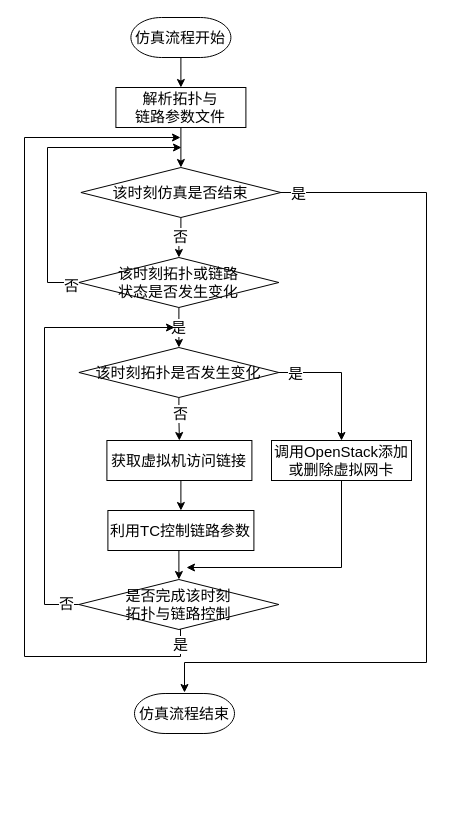
Icarus1994/neutron_conf keeps this draw.io diagram as page "拓扑与链路控制技术" (1 of 5) of 网络控制技术_流程图.drawio. Above is the earlier version. Source tidied: cells renumbered, new cells numbered last; positions are measured from the earlier drawing's top-left corner, leaving out a move shared by most shapes. Both pictures are drawn from the tidied source at 100%, with x=0, y=0 at pixel (24, 17).
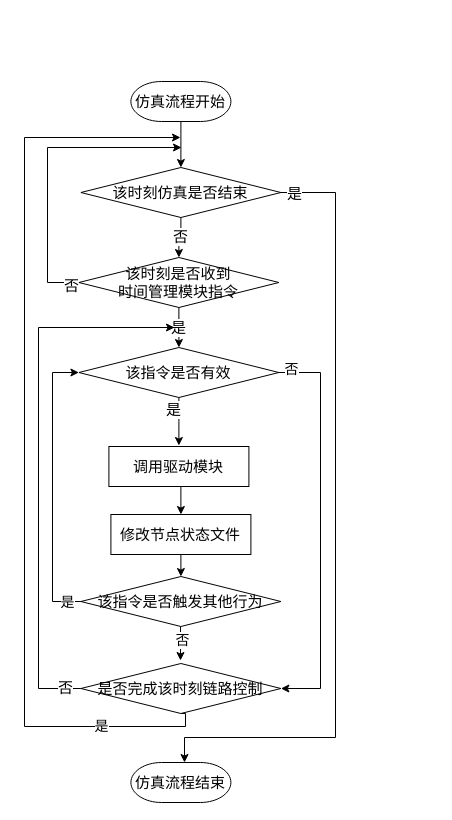
After the change.

The change refers to these unchanged cells:
```xml
<mxCell id="8" value="&lt;span style=&quot;font-size: 15px&quot;&gt;该时刻仿真是否结束&lt;br style=&quot;font-size: 15px&quot;&gt;&lt;/span&gt;" style="strokeWidth=1;html=1;shape=mxgraph.flowchart.decision;whiteSpace=wrap;fontSize=15;" parent="1" vertex="1">
  <mxGeometry x="56.4" y="150" width="200" height="50" as="geometry" />
</mxCell>
```

What changed in the source:
```diff
@@
-    <mxCell id="2" style="edgeStyle=orthogonalEdgeStyle;rounded=0;jettySize=auto;html=1;exitX=0.5;exitY=1;exitDx=0;exitDy=0;exitPerimeter=0;entryX=0.5;entryY=0;entryDx=0;entryDy=0;strokeWidth=1;fontSize=15;" parent="1" edge="1" source="3" target="22">
-      <mxGeometry relative="1" as="geometry" />
-    </mxCell>
+    <mxCell id="32" style="edgeStyle=orthogonalEdgeStyle;rounded=0;jettySize=auto;html=1;exitX=0.5;exitY=1;exitDx=0;exitDy=0;exitPerimeter=0;entryX=0.5;entryY=0;entryDx=0;entryDy=0;entryPerimeter=0;" parent="1" edge="1" source="3" target="8">
+      <mxGeometry relative="1" as="geometry" />
+    </mxCell>
     <mxCell id="3" value="仿真流程开始" style="strokeWidth=1;html=1;shape=mxgraph.flowchart.terminator;whiteSpace=wrap;fontSize=15;" parent="1" vertex="1">
-      <mxGeometry x="106.4" width="100" height="40" as="geometry" />
+      <mxGeometry x="106.4" y="64" width="100" height="40" as="geometry" />
     </mxCell>
-    <mxCell id="4" style="edgeStyle=orthogonalEdgeStyle;rounded=0;jettySize=auto;html=1;exitX=1;exitY=0.5;exitDx=0;exitDy=0;exitPerimeter=0;strokeWidth=1;fontSize=15;" parent="1" edge="1" source="8">
+    <mxCell id="4" style="edgeStyle=orthogonalEdgeStyle;rounded=0;jettySize=auto;html=1;exitX=1;exitY=0.5;exitDx=0;exitDy=0;exitPerimeter=0;strokeWidth=1;fontSize=15;" parent="1" edge="1" source="8" target="11">
       <mxGeometry relative="1" as="geometry">
-        <mxPoint x="160" y="675" as="targetPoint" />
         <Array as="points">
-          <mxPoint x="402" y="175" />
-          <mxPoint x="402" y="645" />
-          <mxPoint x="160" y="645" />
+          <mxPoint x="311" y="175" />
+          <mxPoint x="311" y="720" />
+          <mxPoint x="160" y="720" />
         </Array>
       </mxGeometry>
     </mxCell>
@@
-    <mxCell id="9" style="edgeStyle=orthogonalEdgeStyle;rounded=0;jettySize=auto;html=1;exitX=0.5;exitY=1;exitDx=0;exitDy=0;" parent="1" edge="1" source="10">
-      <mxGeometry relative="1" as="geometry">
-        <mxPoint x="162" y="550" as="targetPoint" />
-        <Array as="points">
-          <mxPoint x="317" y="550" />
-        </Array>
-      </mxGeometry>
-    </mxCell>
-    <mxCell id="10" value="调用OpenStack添加或删除虚拟网卡" style="rounded=0;whiteSpace=wrap;html=1;strokeWidth=1;fontSize=15;" parent="1" vertex="1">
-      <mxGeometry x="247" y="423" width="140" height="40" as="geometry" />
-    </mxCell>
     <mxCell id="11" value="仿真流程结束" style="strokeWidth=1;html=1;shape=mxgraph.flowchart.terminator;whiteSpace=wrap;fontSize=15;" parent="1" vertex="1">
-      <mxGeometry x="110" y="676" width="100" height="40" as="geometry" />
+      <mxGeometry x="106.4" y="745" width="100" height="40" as="geometry" />
     </mxCell>
@@
-    <mxCell id="15" value="该时刻拓扑或链路&lt;br&gt;状态是否发生变化&lt;span style=&quot;font-size: 15px&quot;&gt;&lt;br style=&quot;font-size: 15px&quot;&gt;&lt;/span&gt;" style="strokeWidth=1;html=1;shape=mxgraph.flowchart.decision;whiteSpace=wrap;fontSize=15;" parent="1" vertex="1">
+    <mxCell id="15" value="该时刻是否收到&lt;br&gt;时间管理模块指令&lt;span style=&quot;font-size: 15px&quot;&gt;&lt;br style=&quot;font-size: 15px&quot;&gt;&lt;/span&gt;" style="strokeWidth=1;html=1;shape=mxgraph.flowchart.decision;whiteSpace=wrap;fontSize=15;" parent="1" vertex="1">
       <mxGeometry x="54.4" y="240" width="200" height="50" as="geometry" />
     </mxCell>
     <mxCell id="16" style="edgeStyle=orthogonalEdgeStyle;rounded=0;jettySize=auto;html=1;exitX=0.5;exitY=1;exitDx=0;exitDy=0;exitPerimeter=0;strokeWidth=1;fontSize=15;" parent="1" edge="1" source="20">
       <mxGeometry relative="1" as="geometry">
         <mxPoint x="156" y="120" as="targetPoint" />
         <Array as="points">
-          <mxPoint x="154" y="600" />
-          <mxPoint x="156" y="600" />
-          <mxPoint x="156" y="639" />
-          <mxPoint y="639" />
+          <mxPoint x="161" y="709" />
+          <mxPoint y="709" />
           <mxPoint y="120" />
         </Array>
       </mxGeometry>
     </mxCell>
-    <mxCell id="17" value="&lt;font style=&quot;font-size: 15px&quot;&gt;是&lt;/font&gt;" style="text;html=1;align=center;verticalAlign=middle;labelBackgroundColor=#ffffff;" parent="16" vertex="1">
-      <mxGeometry x="-0.91" y="-1" relative="1" as="geometry" />
-    </mxCell>
+    <mxCell id="33" value="&lt;font style=&quot;font-size: 14px&quot;&gt;是&lt;/font&gt;" style="text;html=1;align=center;verticalAlign=middle;labelBackgroundColor=#ffffff;" parent="16" vertex="1">
+      <mxGeometry x="-0.78" y="-1" relative="1" as="geometry" />
+    </mxCell>
     <mxCell id="18" style="edgeStyle=orthogonalEdgeStyle;rounded=0;jettySize=auto;html=1;strokeWidth=1;fontSize=15;exitX=0;exitY=0.5;exitDx=0;exitDy=0;exitPerimeter=0;" parent="1" edge="1" source="20">
       <mxGeometry relative="1" as="geometry">
         <mxPoint x="150" y="310" as="targetPoint" />
         <Array as="points">
-          <mxPoint x="20" y="587" />
-          <mxPoint x="20" y="310" />
+          <mxPoint x="14" y="671" />
+          <mxPoint x="14" y="310" />
         </Array>
       </mxGeometry>
     </mxCell>
@@
-    <mxCell id="20" value="&lt;span style=&quot;font-size: 15px&quot;&gt;是否完成该时刻&lt;br&gt;拓扑与链路控制&lt;/span&gt;" style="strokeWidth=1;html=1;shape=mxgraph.flowchart.decision;whiteSpace=wrap;fontSize=15;" parent="1" vertex="1">
-      <mxGeometry x="54.4" y="562" width="200" height="50" as="geometry" />
+    <mxCell id="20" value="&lt;span style=&quot;font-size: 15px&quot;&gt;是否完成该时刻链路控制&lt;/span&gt;" style="strokeWidth=1;html=1;shape=mxgraph.flowchart.decision;whiteSpace=wrap;fontSize=15;" parent="1" vertex="1">
+      <mxGeometry x="56.4" y="646" width="200" height="50" as="geometry" />
     </mxCell>
-    <mxCell id="21" style="edgeStyle=orthogonalEdgeStyle;rounded=0;jettySize=auto;html=1;exitX=0.5;exitY=1;exitDx=0;exitDy=0;entryX=0.5;entryY=0;entryDx=0;entryDy=0;entryPerimeter=0;strokeWidth=1;fontSize=15;" parent="1" edge="1" source="22" target="8">
-      <mxGeometry relative="1" as="geometry" />
-    </mxCell>
-    <mxCell id="22" value="解析拓扑与&lt;br&gt;链路参数文件" style="rounded=0;whiteSpace=wrap;html=1;strokeWidth=1;fontSize=15;" parent="1" vertex="1">
-      <mxGeometry x="91.4" y="70" width="130" height="40" as="geometry" />
-    </mxCell>
-    <mxCell id="23" style="edgeStyle=orthogonalEdgeStyle;rounded=0;jettySize=auto;html=1;exitX=0.5;exitY=1;exitDx=0;exitDy=0;entryX=0.5;entryY=0;entryDx=0;entryDy=0;entryPerimeter=0;" parent="1" edge="1" source="24" target="20">
-      <mxGeometry relative="1" as="geometry" />
-    </mxCell>
-    <mxCell id="24" value="利用TC控制链路参数" style="rounded=0;whiteSpace=wrap;html=1;strokeWidth=1;fontSize=15;" parent="1" vertex="1">
-      <mxGeometry x="83.4" y="493" width="146" height="40" as="geometry" />
-    </mxCell>
-    <mxCell id="25" style="edgeStyle=orthogonalEdgeStyle;rounded=0;jettySize=auto;html=1;exitX=0.5;exitY=1;exitDx=0;exitDy=0;exitPerimeter=0;entryX=0.5;entryY=0;entryDx=0;entryDy=0;" parent="1" edge="1" source="29" target="31">
-      <mxGeometry relative="1" as="geometry" />
+    <mxCell id="25" style="edgeStyle=orthogonalEdgeStyle;rounded=0;jettySize=auto;html=1;exitX=0.5;exitY=1;exitDx=0;exitDy=0;exitPerimeter=0;entryX=0.5;entryY=0;entryDx=0;entryDy=0;" parent="1" edge="1" source="29">
+      <mxGeometry relative="1" as="geometry">
+        <mxPoint x="154.4" y="428" as="targetPoint" />
+      </mxGeometry>
     </mxCell>
-    <mxCell id="26" value="&lt;font style=&quot;font-size: 15px&quot;&gt;否&lt;/font&gt;" style="text;html=1;align=center;verticalAlign=middle;labelBackgroundColor=#ffffff;" parent="25" vertex="1">
+    <mxCell id="26" value="&lt;font style=&quot;font-size: 15px&quot;&gt;是&lt;/font&gt;" style="text;html=1;align=center;verticalAlign=middle;labelBackgroundColor=#ffffff;" parent="25" vertex="1">
       <mxGeometry x="0.01" y="7" relative="1" as="geometry">
         <mxPoint x="-6" y="-6" as="offset" />
       </mxGeometry>
     </mxCell>
-    <mxCell id="27" style="edgeStyle=orthogonalEdgeStyle;rounded=0;jettySize=auto;html=1;exitX=1;exitY=0.5;exitDx=0;exitDy=0;exitPerimeter=0;entryX=0.5;entryY=0;entryDx=0;entryDy=0;" parent="1" edge="1" source="29" target="10">
-      <mxGeometry relative="1" as="geometry" />
-    </mxCell>
-    <mxCell id="28" value="&lt;font style=&quot;font-size: 15px&quot;&gt;是&lt;/font&gt;" style="text;html=1;align=center;verticalAlign=middle;labelBackgroundColor=#ffffff;" parent="27" vertex="1">
-      <mxGeometry x="-0.86" y="2" relative="1" as="geometry">
-        <mxPoint x="6.6" y="2" as="offset" />
-      </mxGeometry>
-    </mxCell>
+    <mxCell id="34" style="edgeStyle=orthogonalEdgeStyle;rounded=0;jettySize=auto;html=1;exitX=1;exitY=0.5;exitDx=0;exitDy=0;exitPerimeter=0;entryX=1;entryY=0.5;entryDx=0;entryDy=0;entryPerimeter=0;" parent="1" edge="1" source="29" target="20">
+      <mxGeometry relative="1" as="geometry">
+        <Array as="points">
+          <mxPoint x="296" y="355" />
+          <mxPoint x="296" y="671" />
+        </Array>
+      </mxGeometry>
+    </mxCell>
+    <mxCell id="35" value="&lt;font style=&quot;font-size: 14px&quot;&gt;否&lt;/font&gt;" style="text;html=1;align=center;verticalAlign=middle;labelBackgroundColor=#ffffff;" parent="34" vertex="1">
+      <mxGeometry x="-0.94" y="4" relative="1" as="geometry" />
+    </mxCell>
-    <mxCell id="29" value="&lt;span style=&quot;font-size: 15px&quot;&gt;该时刻拓扑是否发生变化&lt;br style=&quot;font-size: 15px&quot;&gt;&lt;/span&gt;" style="strokeWidth=1;html=1;shape=mxgraph.flowchart.decision;whiteSpace=wrap;fontSize=15;" parent="1" vertex="1">
+    <mxCell id="29" value="&lt;span style=&quot;font-size: 15px&quot;&gt;该指令是否有效&lt;br style=&quot;font-size: 15px&quot;&gt;&lt;/span&gt;" style="strokeWidth=1;html=1;shape=mxgraph.flowchart.decision;whiteSpace=wrap;fontSize=15;" parent="1" vertex="1">
       <mxGeometry x="54.4" y="330" width="200" height="50" as="geometry" />
     </mxCell>
-    <mxCell id="30" style="edgeStyle=orthogonalEdgeStyle;rounded=0;jettySize=auto;html=1;exitX=0.5;exitY=1;exitDx=0;exitDy=0;entryX=0.5;entryY=0;entryDx=0;entryDy=0;" parent="1" edge="1" source="31" target="24">
-      <mxGeometry relative="1" as="geometry" />
-    </mxCell>
-    <mxCell id="31" value="获取虚拟机访问链接" style="rounded=0;whiteSpace=wrap;html=1;strokeWidth=1;fontSize=15;" parent="1" vertex="1">
-      <mxGeometry x="82.4" y="423" width="145" height="40" as="geometry" />
-    </mxCell>
+    <mxCell id="36" style="edgeStyle=orthogonalEdgeStyle;rounded=0;jettySize=auto;html=1;exitX=0.5;exitY=1;exitDx=0;exitDy=0;entryX=0.5;entryY=0;entryDx=0;entryDy=0;" parent="1" edge="1" source="37" target="39">
+      <mxGeometry relative="1" as="geometry" />
+    </mxCell>
+    <mxCell id="37" value="调用驱动模块" style="rounded=0;whiteSpace=wrap;html=1;strokeWidth=1;fontSize=15;" parent="1" vertex="1">
+      <mxGeometry x="84.4" y="429" width="140" height="40" as="geometry" />
+    </mxCell>
+    <mxCell id="38" style="edgeStyle=orthogonalEdgeStyle;rounded=0;jettySize=auto;html=1;exitX=0.5;exitY=1;exitDx=0;exitDy=0;entryX=0.5;entryY=0;entryDx=0;entryDy=0;entryPerimeter=0;" parent="1" edge="1" source="39" target="44">
+      <mxGeometry relative="1" as="geometry" />
+    </mxCell>
+    <mxCell id="39" value="修改节点状态文件" style="rounded=0;whiteSpace=wrap;html=1;strokeWidth=1;fontSize=15;" parent="1" vertex="1">
+      <mxGeometry x="86.4" y="497" width="140" height="40" as="geometry" />
+    </mxCell>
+    <mxCell id="40" style="edgeStyle=orthogonalEdgeStyle;rounded=0;jettySize=auto;html=1;exitX=0.5;exitY=1;exitDx=0;exitDy=0;exitPerimeter=0;" parent="1" edge="1" source="44">
+      <mxGeometry relative="1" as="geometry">
+        <mxPoint x="156" y="643" as="targetPoint" />
+        <Array as="points">
+          <mxPoint x="156" y="643" />
+          <mxPoint x="156" y="643" />
+        </Array>
+      </mxGeometry>
+    </mxCell>
+    <mxCell id="41" value="&lt;font style=&quot;font-size: 14px&quot;&gt;否&lt;/font&gt;" style="text;html=1;align=center;verticalAlign=middle;labelBackgroundColor=#ffffff;" parent="40" vertex="1">
+      <mxGeometry x="-0.23" y="1" relative="1" as="geometry" />
+    </mxCell>
+    <mxCell id="42" style="edgeStyle=orthogonalEdgeStyle;rounded=0;jettySize=auto;html=1;exitX=0;exitY=0.5;exitDx=0;exitDy=0;exitPerimeter=0;entryX=0;entryY=0.5;entryDx=0;entryDy=0;entryPerimeter=0;" parent="1" edge="1" source="44" target="29">
+      <mxGeometry relative="1" as="geometry">
+        <Array as="points">
+          <mxPoint x="28" y="584" />
+          <mxPoint x="28" y="355" />
+        </Array>
+      </mxGeometry>
+    </mxCell>
+    <mxCell id="43" value="&lt;font style=&quot;font-size: 14px&quot;&gt;是&lt;/font&gt;" style="text;html=1;align=center;verticalAlign=middle;labelBackgroundColor=#ffffff;" parent="42" vertex="1">
+      <mxGeometry x="-0.9" relative="1" as="geometry" />
+    </mxCell>
+    <mxCell id="44" value="&lt;span style=&quot;font-size: 15px&quot;&gt;该指令是否触发其他行为&lt;/span&gt;" style="strokeWidth=1;html=1;shape=mxgraph.flowchart.decision;whiteSpace=wrap;fontSize=15;" parent="1" vertex="1">
+      <mxGeometry x="56.4" y="559" width="200" height="50" as="geometry" />
+    </mxCell>
```
